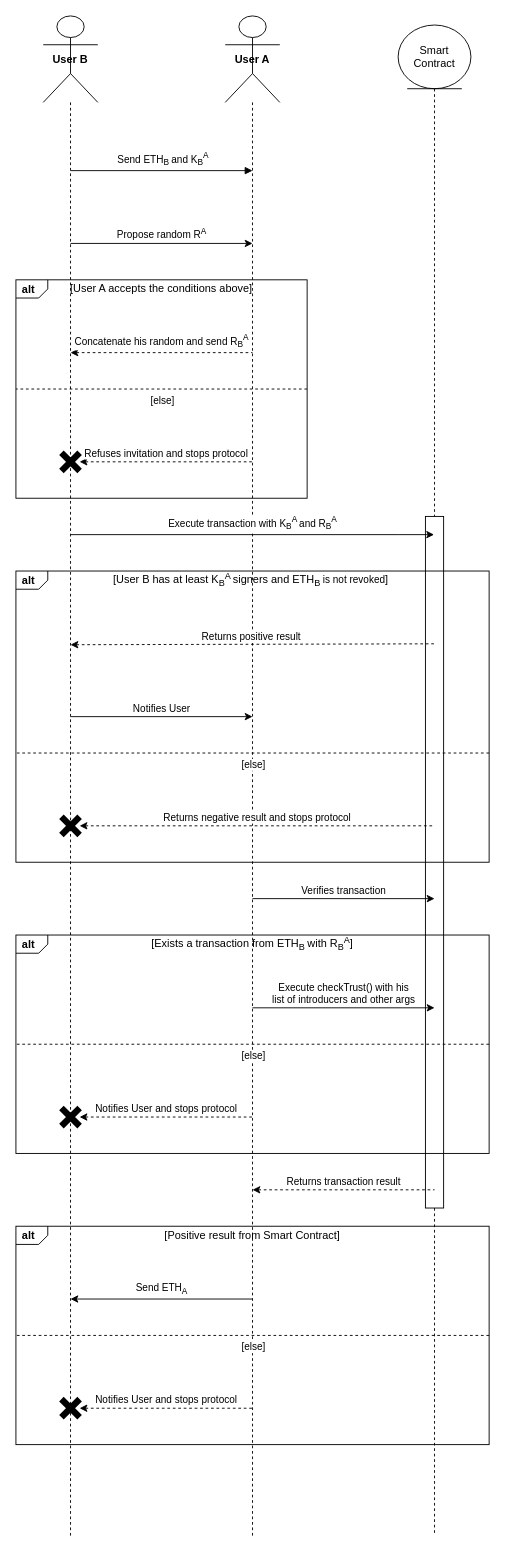
Earlier version of the draw.io diagram TrustPropagationETH/TrustPropagationSequence.drawio (savernike/DiagramsSet). Source tidied: cells renumbered, new cells numbered last; positions are measured from the earlier drawing's top-left corner, leaving out a move shared by most shapes. Both pictures are drawn from the tidied source at 91%, with x=0, y=0 at pixel (15, 15).
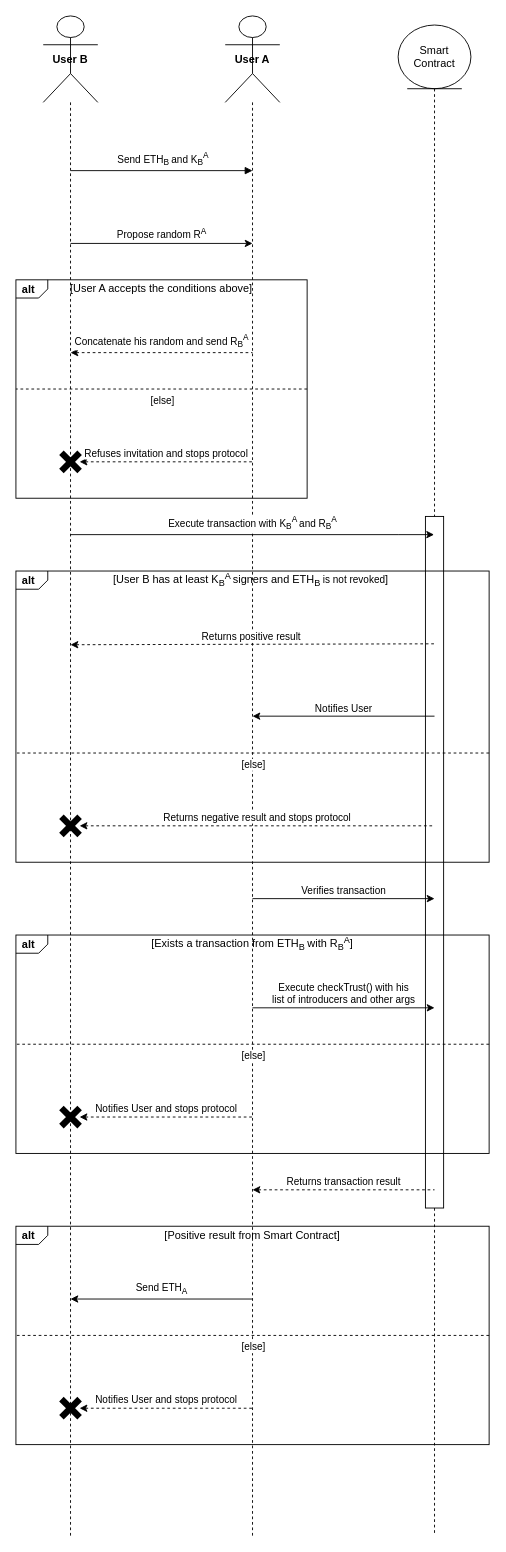
Above is the later version.

Commit message:
Cambio verso Notify User

Diff of the diagram source:
```diff
@@
-    <mxCell id="28" value="Notifies User" style="html=1;verticalAlign=bottom;endArrow=classic;curved=0;rounded=0;startArrow=none;startFill=0;endFill=1;" parent="1" edge="1">
+    <mxCell id="28" value="Notifies User" style="html=1;verticalAlign=bottom;endArrow=none;curved=0;rounded=0;startArrow=classic;startFill=1;endFill=0;" parent="1" edge="1">
       <mxGeometry relative="1" as="geometry">
-        <mxPoint x="60" y="770" as="sourcePoint" />
-        <mxPoint x="260" y="770" as="targetPoint" />
+        <mxPoint x="260" y="769.5" as="sourcePoint" />
+        <mxPoint x="460" y="769.5" as="targetPoint" />
       </mxGeometry>
     </mxCell>
```
